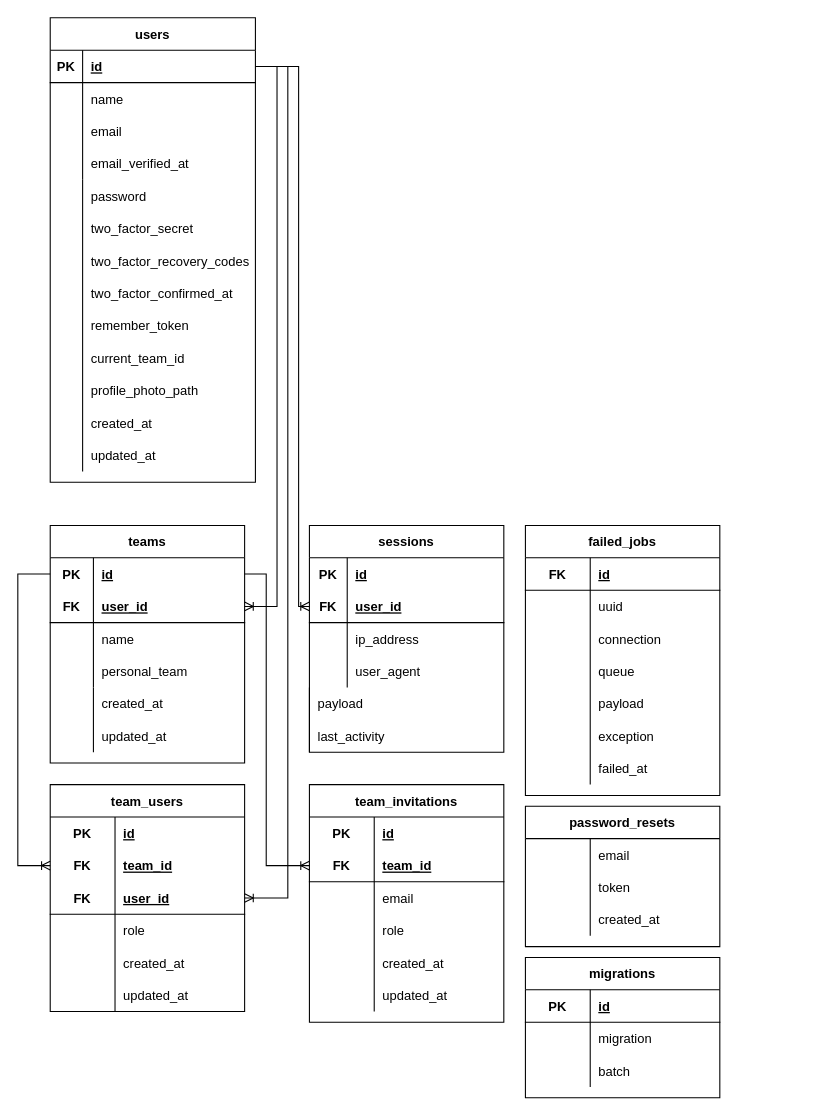
Earlier version of the draw.io diagram BD_MEMLA.drawio (harlock/Diagramas). Source tidied: cells renumbered, new cells numbered last; positions are measured from the earlier drawing's top-left corner, leaving out a move shared by most shapes. Both pictures are drawn from the tidied source at 108%, with x=0, y=0 at pixel (17, 17).
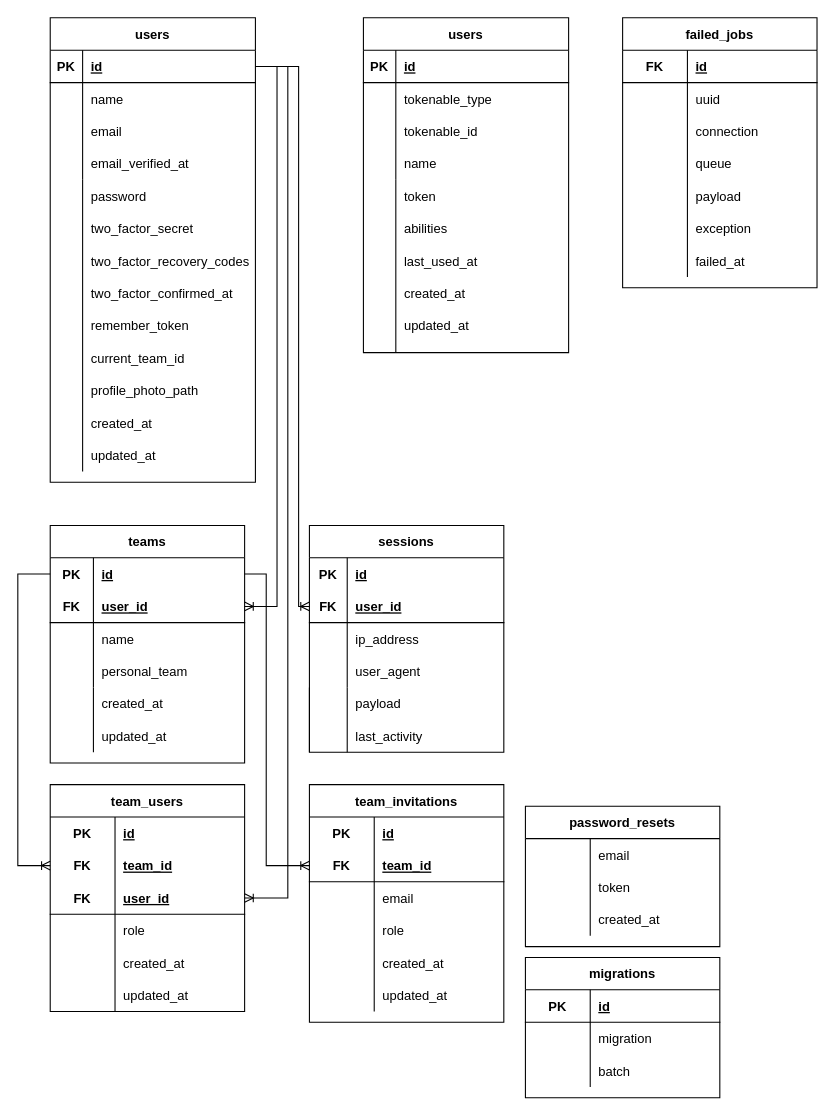
Above is the later version.

Commit message:
Actualizado por JD

What changed in the source:
```diff
@@
     <mxCell id="112" value="failed_jobs" style="shape=table;startSize=30;childLayout=tableLayout;rowLines=0;fontStyle=1;align=center;" parent="1" vertex="1">
-      <mxGeometry x="470" y="470" width="180" height="250" as="geometry" />
+      <mxGeometry x="560" width="180" height="250" as="geometry" />
     </mxCell>
@@
     <mxCell id="137" value="payload" style="shape=partialRectangle;fillColor=none;top=0;left=0;bottom=0;right=0;align=left;spacingLeft=6;overflow=hidden;" parent="1" vertex="1">
-      <mxGeometry x="270" y="620" width="130" height="30" as="geometry" />
+      <mxGeometry x="305" y="620" width="120" height="30" as="geometry" />
     </mxCell>
@@
     <mxCell id="139" value="last_activity" style="shape=partialRectangle;fillColor=none;top=0;left=0;bottom=0;right=0;align=left;spacingLeft=6;overflow=hidden;" parent="1" vertex="1">
-      <mxGeometry x="270" y="650" width="130" height="30" as="geometry" />
+      <mxGeometry x="305" y="650" width="130" height="30" as="geometry" />
     </mxCell>
+    <mxCell id="142" value="users" style="shape=table;startSize=30;childLayout=tableLayout;rowLines=0;fontStyle=1;align=center;" parent="1" vertex="1">
+      <mxGeometry x="320" width="190" height="310" as="geometry" />
+    </mxCell>
+    <mxCell id="143" style="shape=tableRow;horizontal=0;startSize=0;swimlaneHead=0;swimlaneBody=0;fillColor=none;top=0;left=0;right=0;bottom=1;" parent="142" vertex="1">
+      <mxGeometry y="30" width="190" height="30" as="geometry" />
+    </mxCell>
+    <mxCell id="144" value="PK" style="shape=partialRectangle;fillColor=none;top=0;left=0;bottom=0;right=0;fontStyle=1;overflow=hidden;" parent="143" vertex="1">
+      <mxGeometry width="30" height="30" as="geometry" />
+    </mxCell>
+    <mxCell id="145" value="id" style="shape=partialRectangle;fillColor=none;top=0;left=0;bottom=0;right=0;align=left;spacingLeft=6;fontStyle=5;overflow=hidden;" parent="143" vertex="1">
+      <mxGeometry x="30" width="160" height="30" as="geometry" />
+    </mxCell>
+    <mxCell id="146" style="shape=tableRow;horizontal=0;startSize=0;swimlaneHead=0;swimlaneBody=0;fillColor=none;top=0;left=0;right=0;bottom=0;" parent="142" vertex="1">
+      <mxGeometry y="60" width="190" height="30" as="geometry" />
+    </mxCell>
+    <mxCell id="147" style="shape=partialRectangle;fillColor=none;top=0;left=0;bottom=0;right=0;overflow=hidden;" parent="146" vertex="1">
+      <mxGeometry width="30" height="30" as="geometry" />
+    </mxCell>
+    <mxCell id="148" value="tokenable_type" style="shape=partialRectangle;fillColor=none;top=0;left=0;bottom=0;right=0;align=left;spacingLeft=6;overflow=hidden;" parent="146" vertex="1">
+      <mxGeometry x="30" width="160" height="30" as="geometry" />
+    </mxCell>
+    <mxCell id="149" style="shape=tableRow;horizontal=0;startSize=0;swimlaneHead=0;swimlaneBody=0;fillColor=none;top=0;left=0;right=0;bottom=0;" parent="142" vertex="1">
+      <mxGeometry y="90" width="190" height="30" as="geometry" />
+    </mxCell>
+    <mxCell id="150" style="shape=partialRectangle;fillColor=none;top=0;left=0;bottom=0;right=0;overflow=hidden;" parent="149" vertex="1">
+      <mxGeometry width="30" height="30" as="geometry" />
+    </mxCell>
+    <mxCell id="151" value="tokenable_id" style="shape=partialRectangle;fillColor=none;top=0;left=0;bottom=0;right=0;align=left;spacingLeft=6;overflow=hidden;" parent="149" vertex="1">
+      <mxGeometry x="30" width="160" height="30" as="geometry" />
+    </mxCell>
+    <mxCell id="152" style="shape=tableRow;horizontal=0;startSize=0;swimlaneHead=0;swimlaneBody=0;fillColor=none;top=0;left=0;right=0;bottom=0;" parent="142" vertex="1">
+      <mxGeometry y="120" width="190" height="30" as="geometry" />
+    </mxCell>
+    <mxCell id="153" style="shape=partialRectangle;fillColor=none;top=0;left=0;bottom=0;right=0;overflow=hidden;" parent="152" vertex="1">
+      <mxGeometry width="30" height="30" as="geometry" />
+    </mxCell>
+    <mxCell id="154" value="name" style="shape=partialRectangle;fillColor=none;top=0;left=0;bottom=0;right=0;align=left;spacingLeft=6;overflow=hidden;" parent="152" vertex="1">
+      <mxGeometry x="30" width="160" height="30" as="geometry" />
+    </mxCell>
@@
+    <mxCell id="155" style="line;strokeWidth=1;dashed=0;labelPosition=right;align=left;verticalAlign=middle;spacingTop=0;spacingLeft=6;direction=south;" parent="1" vertex="1">
+      <mxGeometry x="340" y="150" width="20" height="160" as="geometry" />
+    </mxCell>
@@
+    <mxCell id="156" value="token" style="shape=partialRectangle;fillColor=none;top=0;left=0;bottom=0;right=0;align=left;spacingLeft=6;overflow=hidden;" parent="1" vertex="1">
+      <mxGeometry x="350" y="150" width="150" height="30" as="geometry" />
+    </mxCell>
+    <mxCell id="157" value="abilities" style="shape=partialRectangle;fillColor=none;top=0;left=0;bottom=0;right=0;align=left;spacingLeft=6;overflow=hidden;" parent="1" vertex="1">
+      <mxGeometry x="350" y="180" width="150" height="30" as="geometry" />
+    </mxCell>
+    <mxCell id="158" value="last_used_at" style="shape=partialRectangle;fillColor=none;top=0;left=0;bottom=0;right=0;align=left;spacingLeft=6;overflow=hidden;" parent="1" vertex="1">
+      <mxGeometry x="350" y="210" width="160" height="30" as="geometry" />
+    </mxCell>
+    <mxCell id="159" value="created_at" style="shape=partialRectangle;fillColor=none;top=0;left=0;bottom=0;right=0;align=left;spacingLeft=6;overflow=hidden;" parent="1" vertex="1">
+      <mxGeometry x="350" y="240" width="150" height="30" as="geometry" />
+    </mxCell>
+    <mxCell id="160" value="updated_at" style="shape=partialRectangle;fillColor=none;top=0;left=0;bottom=0;right=0;align=left;spacingLeft=6;overflow=hidden;" parent="1" vertex="1">
+      <mxGeometry x="350" y="270" width="150" height="30" as="geometry" />
+    </mxCell>
+    <mxCell id="161" style="line;strokeWidth=1;dashed=0;labelPosition=right;align=left;verticalAlign=middle;spacingTop=0;spacingLeft=6;direction=south;" parent="1" vertex="1">
+      <mxGeometry x="290" y="620" width="30" height="60" as="geometry" />
+    </mxCell>
```
